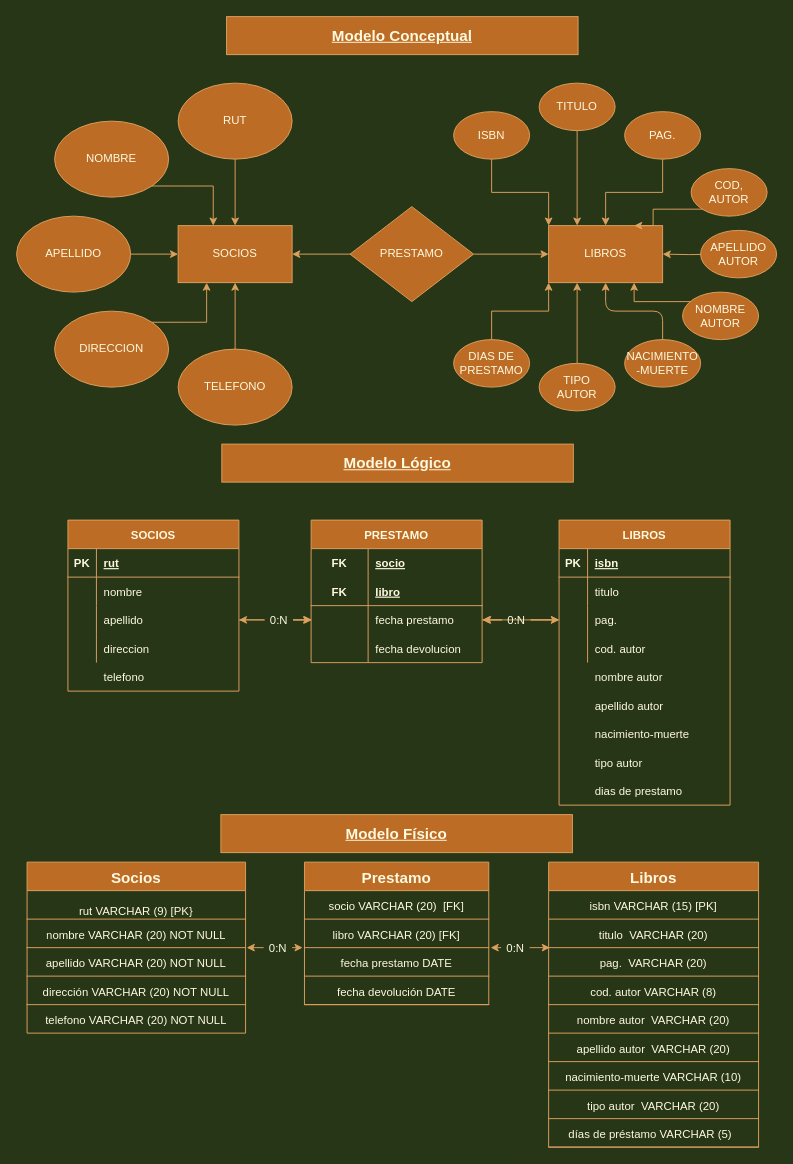
Earlier version of the draw.io diagram Untitled Diagram.drawio (LinkCL001/Prueba_Biblioteca). Source tidied: cells renumbered, new cells numbered last; positions are measured from the earlier drawing's top-left corner, leaving out a move shared by most shapes. Both pictures are drawn from the tidied source at 95%, with x=0, y=0 at pixel (16, 16).
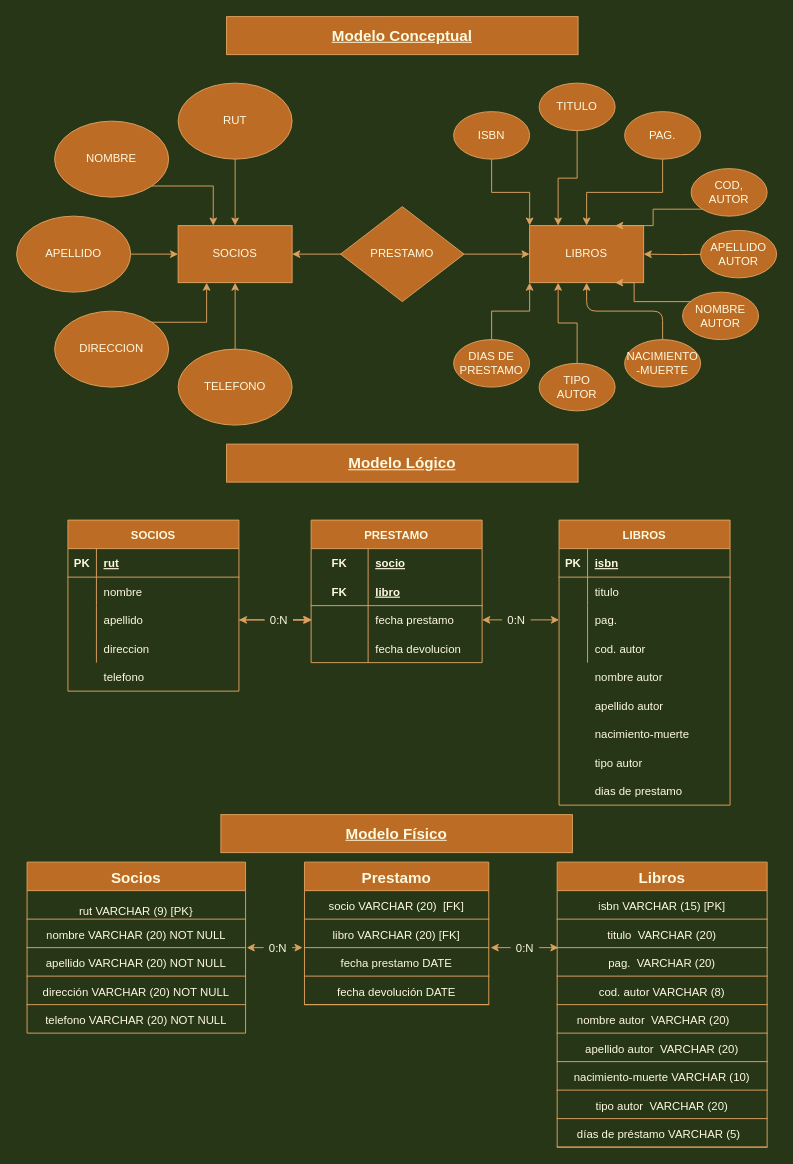
The same page after the edit.

Commit message:
falta agregar tabla autor

The change refers to these unchanged cells:
```xml
<mxCell id="55" style="shape=partialRectangle;fillColor=none;top=0;left=0;bottom=0;right=0;points=[[0,0.5],[1,0.5]];portConstraint=eastwest;strokeColor=#DDA15E;fontColor=#FEFAE0;" parent="48" vertex="1">
  <mxGeometry y="90" width="180" height="30" as="geometry" />
</mxCell>
<mxCell id="68" style="shape=partialRectangle;fillColor=none;top=0;left=0;bottom=0;right=0;points=[[0,0.5],[1,0.5]];portConstraint=eastwest;strokeColor=#DDA15E;fontColor=#FEFAE0;" parent="61" vertex="1">
  <mxGeometry y="90" width="180" height="30" as="geometry" />
</mxCell>
<mxCell id="130" value="0:N" style="text;strokeColor=none;fillColor=none;align=left;verticalAlign=middle;spacingLeft=4;spacingRight=4;overflow=hidden;points=[[0,0.5],[1,0.5]];portConstraint=eastwest;rounded=0;sketch=0;fontColor=#FEFAE0;" parent="1" vertex="1">
  <mxGeometry x="511" y="620" width="30" height="30" as="geometry" />
</mxCell>
```

What changed in the source:
```diff
@@
     <mxCell id="3" value="LIBROS" style="rounded=0;whiteSpace=wrap;html=1;fillColor=#BC6C25;strokeColor=#DDA15E;fontColor=#FEFAE0;" parent="1" vertex="1">
-      <mxGeometry x="560" y="220" width="120" height="60" as="geometry" />
+      <mxGeometry x="540" y="220" width="120" height="60" as="geometry" />
     </mxCell>
@@
     <mxCell id="16" value="&lt;span&gt;PRESTAMO&lt;/span&gt;" style="rhombus;whiteSpace=wrap;html=1;fillColor=#BC6C25;strokeColor=#DDA15E;fontColor=#FEFAE0;" parent="1" vertex="1">
-      <mxGeometry x="351" y="200" width="130" height="100" as="geometry" />
+      <mxGeometry x="341" y="200" width="130" height="100" as="geometry" />
     </mxCell>
@@
     <mxCell id="81" value="Modelo Lógico" style="text;html=1;strokeColor=#DDA15E;fillColor=#BC6C25;align=center;verticalAlign=middle;whiteSpace=wrap;rounded=0;fontSize=16;fontStyle=5;fontColor=#FEFAE0;" parent="1" vertex="1">
-      <mxGeometry x="216" y="450" width="370" height="40" as="geometry" />
+      <mxGeometry x="221" y="450" width="370" height="40" as="geometry" />
     </mxCell>
@@
     <mxCell id="102" value="Libros" style="shape=table;startSize=30;childLayout=tableLayout;rowLines=0;fontStyle=1;align=center;fontSize=16;fillColor=#BC6C25;strokeColor=#DDA15E;fontColor=#FEFAE0;" parent="1" vertex="1">
-      <mxGeometry x="560" y="890" width="221" height="300" as="geometry" />
+      <mxGeometry x="569" y="890" width="221" height="300" as="geometry" />
     </mxCell>
@@
-    <mxCell id="124" style="edgeStyle=orthogonalEdgeStyle;curved=0;rounded=1;sketch=0;jettySize=auto;html=1;exitX=1;exitY=0.5;exitDx=0;exitDy=0;fontColor=#FEFAE0;strokeColor=#DDA15E;fillColor=#BC6C25;entryX=0;entryY=0.5;entryDx=0;entryDy=0;" parent="1" edge="1" source="55" target="68">
-      <mxGeometry relative="1" as="geometry" />
-    </mxCell>
@@
-    <mxCell id="128" style="edgeStyle=orthogonalEdgeStyle;curved=0;rounded=1;sketch=0;jettySize=auto;html=1;exitX=1;exitY=0.5;exitDx=0;exitDy=0;fontColor=#FEFAE0;strokeColor=#DDA15E;fillColor=#BC6C25;" parent="1" edge="1" source="130">
-      <mxGeometry relative="1" as="geometry">
-        <mxPoint x="571" y="635" as="targetPoint" />
-      </mxGeometry>
-    </mxCell>
-    <mxCell id="129" style="edgeStyle=orthogonalEdgeStyle;curved=0;rounded=1;sketch=0;jettySize=auto;html=1;exitX=0;exitY=0.5;exitDx=0;exitDy=0;fontColor=#FEFAE0;strokeColor=#DDA15E;fillColor=#BC6C25;" parent="1" edge="1" source="130">
-      <mxGeometry relative="1" as="geometry">
-        <mxPoint x="491" y="635" as="targetPoint" />
-      </mxGeometry>
-    </mxCell>
+    <mxCell id="140" style="edgeStyle=orthogonalEdgeStyle;curved=0;rounded=1;sketch=0;jettySize=auto;html=1;exitX=1;exitY=0.5;exitDx=0;exitDy=0;entryX=0;entryY=0.5;entryDx=0;entryDy=0;fontFamily=Helvetica;fontSize=16;fontColor=#FEFAE0;strokeColor=#DDA15E;fillColor=#BC6C25;" parent="1" edge="1" source="130" target="68">
+      <mxGeometry relative="1" as="geometry" />
+    </mxCell>
@@
-    <mxCell id="131" style="edgeStyle=orthogonalEdgeStyle;curved=0;rounded=1;sketch=0;jettySize=auto;html=1;exitX=0;exitY=0.5;exitDx=0;exitDy=0;entryX=1;entryY=0.5;entryDx=0;entryDy=0;fontColor=#FEFAE0;strokeColor=#DDA15E;fillColor=#BC6C25;endArrow=none;" parent="1" edge="1" source="68" target="130">
-      <mxGeometry relative="1" as="geometry" />
-    </mxCell>
@@
     <mxCell id="139" value="0:N" style="text;strokeColor=none;fillColor=none;align=left;verticalAlign=middle;spacingLeft=4;spacingRight=4;overflow=hidden;points=[[0,0.5],[1,0.5]];portConstraint=eastwest;rounded=0;sketch=0;fontColor=#FEFAE0;" parent="1" vertex="1">
-      <mxGeometry x="510" y="965" width="30" height="30" as="geometry" />
+      <mxGeometry x="520" y="965" width="30" height="30" as="geometry" />
     </mxCell>
```
